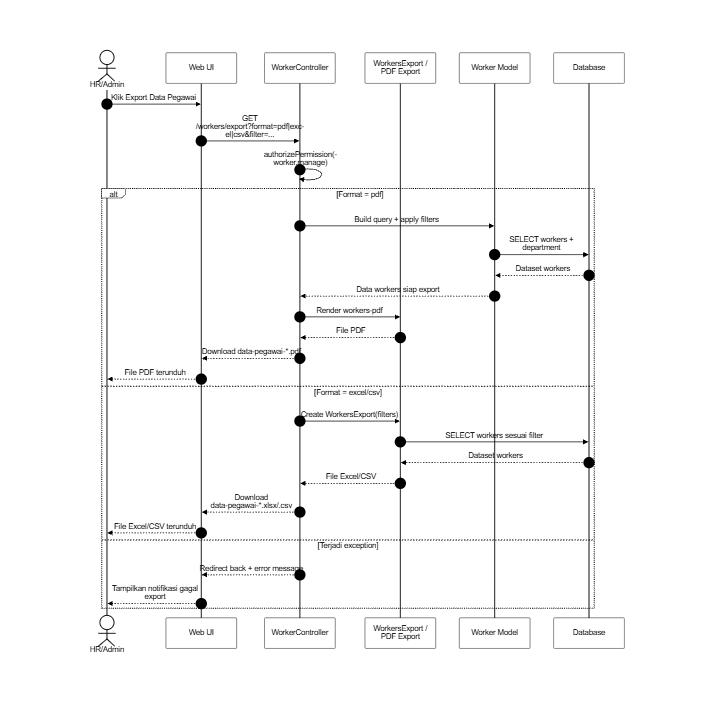
Before: docs/SequenceDiagram/PNG_Transparent/KelolaPegawai-Export.png, a diagram exported from Mermaid (SulaimanHafi23/SimpegRSHDI). Its source is kept beside it as docs/SequenceDiagram/KelolaPegawai-Export.mermaid.
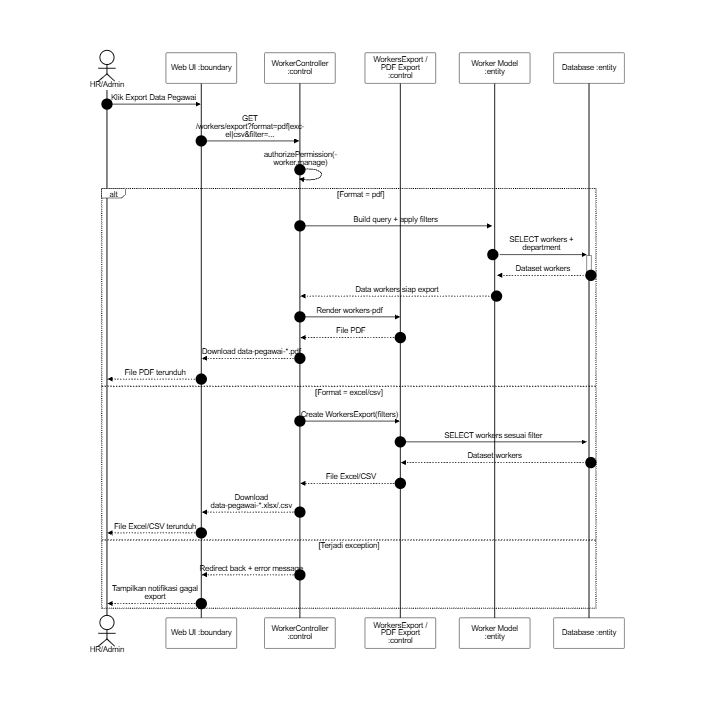
The same diagram one commit later.

What changed in the source:
```diff
@@ -2,19 +2,19 @@
 sequenceDiagram
     autonumber
     actor A as HR/Admin
-    participant UI as Web UI
-    participant C as WorkerController
-    participant WS as WorkersExport / PDF Export
-    participant W as Worker Model
-    participant DB as Database
+    participant UI as Web UI :boundary
+    participant C as WorkerController :control
+    participant WS as WorkersExport / PDF Export :control
+    participant W as Worker Model :entity
+    participant DB as Database :entity
 
     A->>UI: Klik Export Data Pegawai
     UI->>C: GET /workers/export?format=pdf|excel|csv&filter=...
     C->>C: authorizePermission(worker.manage)
     alt Format = pdf
-        C->>W: Build query + apply filters
-        W->>DB: SELECT workers + department
-        DB-->>W: Dataset workers
+        C->>+W: Build query + apply filters
+        W->>+DB: SELECT workers + department
+        DB-->>-W: Dataset workers
         W-->>C: Data workers siap export
         C->>WS: Render workers-pdf
         WS-->>C: File PDF
@@ -22,7 +22,7 @@
         UI-->>A: File PDF terunduh
     else Format = excel/csv
         C->>WS: Create WorkersExport(filters)
-        WS->>DB: SELECT workers sesuai filter
+        WS->>+DB: SELECT workers sesuai filter
         DB-->>WS: Dataset workers
         WS-->>C: File Excel/CSV
         C-->>UI: Download data-pegawai-*.xlsx/.csv
```
